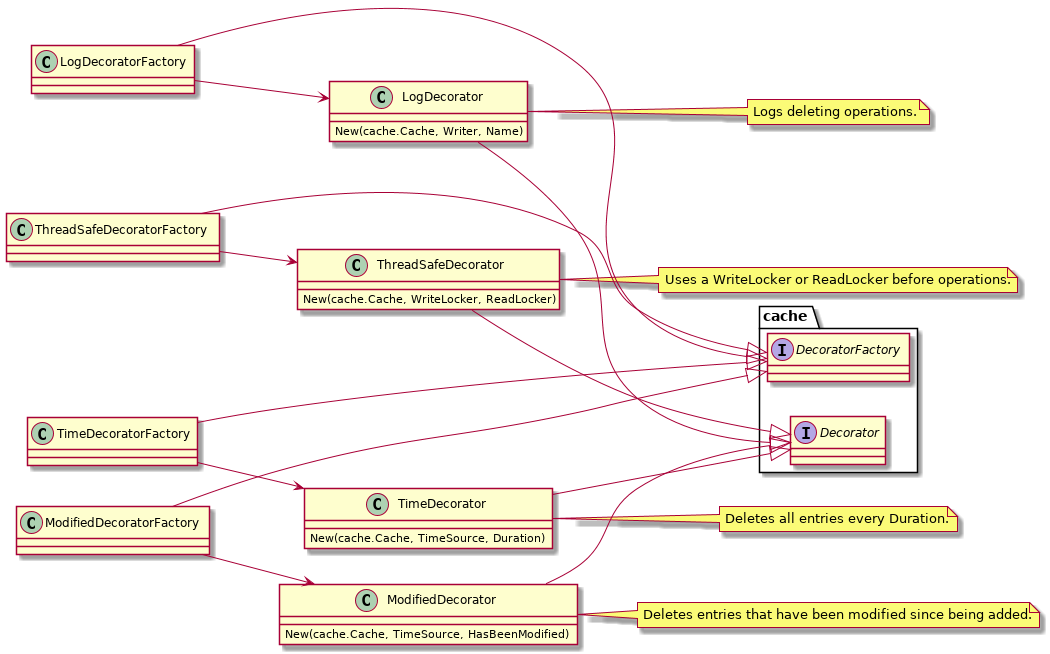
Earlier version of the PlantUML export doc/decorator_uml.png (jwowillo/cache). Its diagram source:
```plantuml
@startuml

left to right direction

interface cache.Decorator
interface cache.DecoratorFactory

class ThreadSafeDecorator {
	New(cache.Cache, WriteLocker, ReadLocker)
}
note right: Uses a WriteLocker or ReadLocker before operations.
ThreadSafeDecorator --|> cache.Decorator
class ThreadSafeDecoratorFactory
ThreadSafeDecoratorFactory --|> cache.DecoratorFactory
ThreadSafeDecoratorFactory --> ThreadSafeDecorator

class LogDecorator {
	New(cache.Cache, Writer, Name)
}
note right: Logs deleting operations.
LogDecorator --|> cache.Decorator
class LogDecoratorFactory
LogDecoratorFactory --|> cache.DecoratorFactory
LogDecoratorFactory --> LogDecorator

class ModifiedDecorator {
	New(cache.Cache, TimeSource, HasBeenModified)
}
note right: Deletes entries that have been modified since being added.
ModifiedDecorator --|> cache.Decorator
class ModifiedDecoratorFactory
ModifiedDecoratorFactory --|> cache.DecoratorFactory
ModifiedDecoratorFactory --> ModifiedDecorator

class TimeDecorator {
	New(cache.Cache, TimeSource, Duration)
}
note right: Deletes all entries every Duration.
TimeDecorator --|> cache.Decorator
class TimeDecoratorFactory
TimeDecoratorFactory --|> cache.DecoratorFactory
TimeDecoratorFactory --> TimeDecorator

@enduml
```
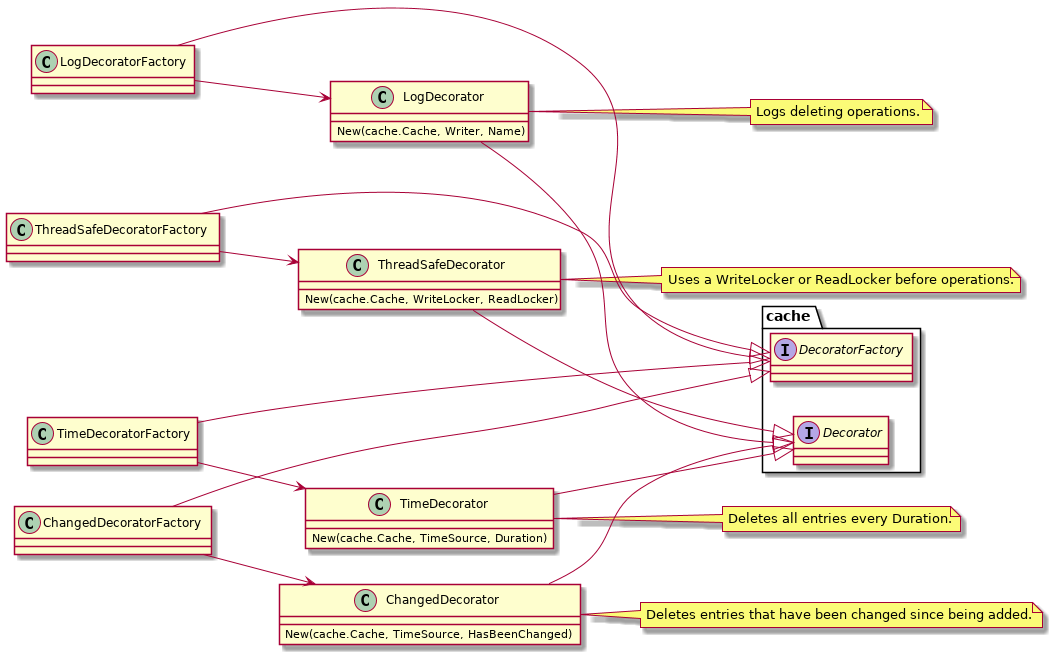
Later version of the same file.

Diff of the diagram source:
```diff
@@ -23,14 +23,14 @@
 LogDecoratorFactory --|> cache.DecoratorFactory
 LogDecoratorFactory --> LogDecorator
 
-class ModifiedDecorator {
-	New(cache.Cache, TimeSource, HasBeenModified)
+class ChangedDecorator {
+	New(cache.Cache, TimeSource, HasBeenChanged)
 }
-note right: Deletes entries that have been modified since being added.
-ModifiedDecorator --|> cache.Decorator
-class ModifiedDecoratorFactory
-ModifiedDecoratorFactory --|> cache.DecoratorFactory
-ModifiedDecoratorFactory --> ModifiedDecorator
+note right: Deletes entries that have been changed since being added.
+ChangedDecorator --|> cache.Decorator
+class ChangedDecoratorFactory
+ChangedDecoratorFactory --|> cache.DecoratorFactory
+ChangedDecoratorFactory --> ChangedDecorator
 
 class TimeDecorator {
 	New(cache.Cache, TimeSource, Duration)
```
